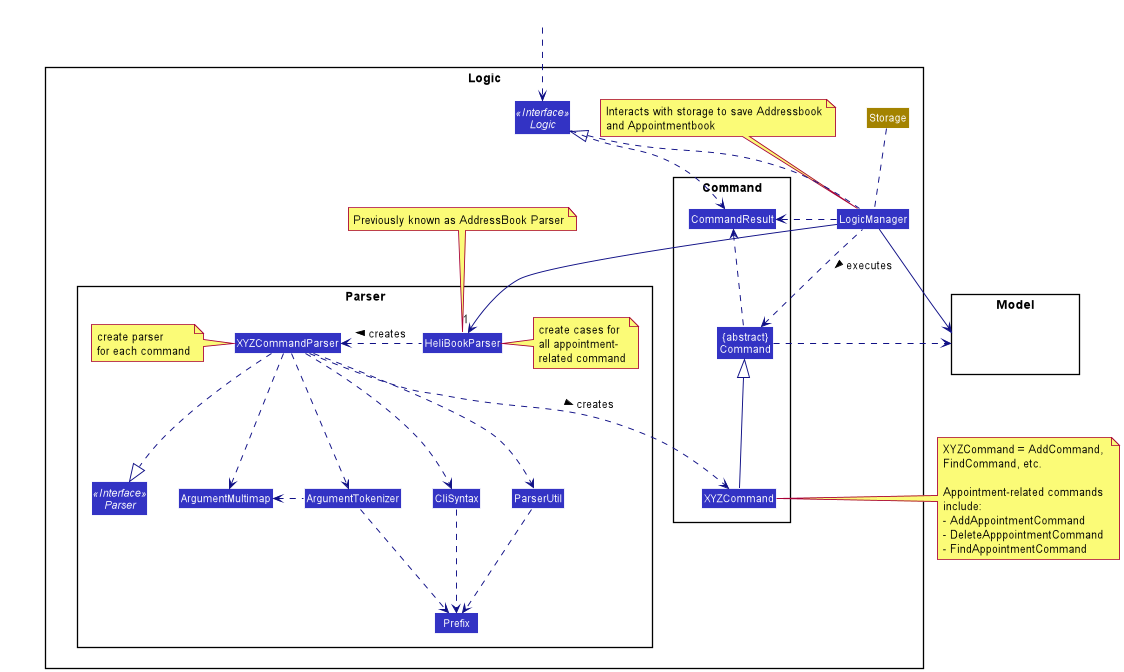
Earlier version of the PlantUML export docs/images/AppointmentWithLogicClassDiagram.png (nus-cs2103-AY2021S2/tp). The source it was exported from:
```plantuml
@startuml
!include style.puml
skinparam arrowThickness 1.1
skinparam arrowColor LOGIC_COLOR_T4
skinparam classBackgroundColor LOGIC_COLOR

package Logic {

package Parser {
Interface Parser <<Interface>>
Class HeliBookParser
Class XYZCommandParser
Class CliSyntax
Class ParserUtil
Class ArgumentMultimap
Class ArgumentTokenizer
Class Prefix
note right of HeliBookParser: create cases for\nall appointment-\nrelated command
note left of XYZCommandParser: create parser\nfor each command
}

Class Storage STORAGE_COLOR
Storage .. LogicManager
note top of LogicManager: Interacts with storage to save Addressbook\nand Appointmentbook
note top of HeliBookParser: Previously known as AddressBook Parser
package Command {
Class XYZCommand
Class CommandResult
Class "{abstract}\nCommand" as Command
}

Interface Logic <<Interface>>
Class LogicManager
}

package Model{
Class HiddenModel #FFFFFF
}

Class HiddenOutside #FFFFFF
HiddenOutside ..> Logic

LogicManager .up.|> Logic
LogicManager -->"1" HeliBookParser
HeliBookParser .left.> XYZCommandParser: creates >

XYZCommandParser ..> XYZCommand : creates >
XYZCommandParser ..|> Parser
XYZCommandParser ..> ArgumentMultimap
XYZCommandParser ..> ArgumentTokenizer
ArgumentTokenizer .left.> ArgumentMultimap
XYZCommandParser ..> CliSyntax
CliSyntax ..> Prefix
XYZCommandParser ..> ParserUtil
ParserUtil .down.> Prefix
ArgumentTokenizer .down.> Prefix
XYZCommand -up-|> Command
LogicManager .left.> Command : executes >

LogicManager --> Model
Command .right.> Model
note right of XYZCommand: XYZCommand = AddCommand, \nFindCommand, etc.\n\nAppointment-related commands\ninclude:\n- AddAppointmentCommand\n- DeleteApppointmentCommand\n- FindAppointmentCommand

Logic ..> CommandResult
LogicManager .down.> CommandResult
Command .up.> CommandResult
CommandResult -[hidden]-> Parser

@enduml
```
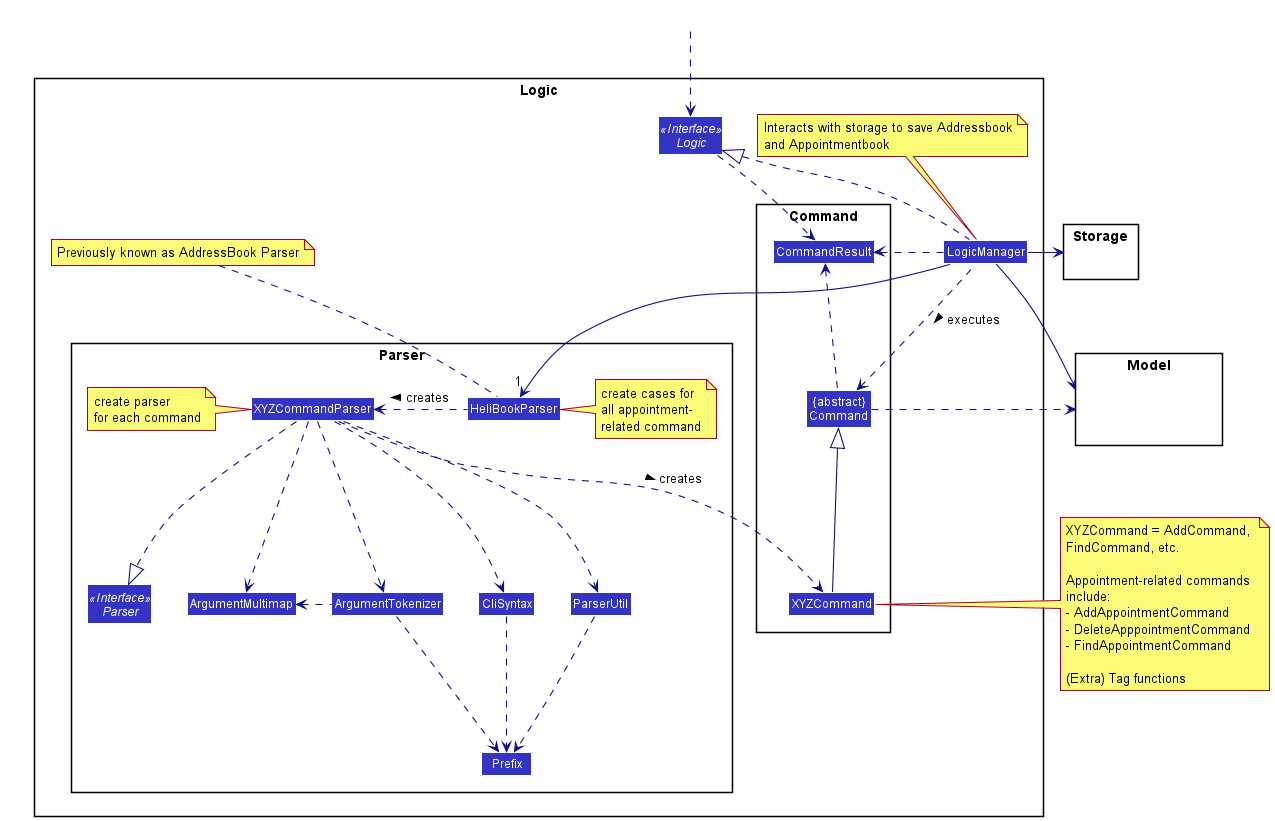
Above is the later version.

Commit message:
Add and edit Class diagrams for appointment

Diff of the diagram source:
```diff
@@ -19,8 +19,6 @@
 note left of XYZCommandParser: create parser\nfor each command
 }
 
-Class Storage STORAGE_COLOR
-Storage .. LogicManager
 note top of LogicManager: Interacts with storage to save Addressbook\nand Appointmentbook
 note top of HeliBookParser: Previously known as AddressBook Parser
 package Command {
@@ -34,6 +32,10 @@
 }
 
 package Model{
+Class HiddenModel #FFFFFF
+}
+
+package Storage{
 Class HiddenModel #FFFFFF
 }
 
@@ -59,11 +61,13 @@
 
 LogicManager --> Model
 Command .right.> Model
-note right of XYZCommand: XYZCommand = AddCommand, \nFindCommand, etc.\n\nAppointment-related commands\ninclude:\n- AddAppointmentCommand\n- DeleteApppointmentCommand\n- FindAppointmentCommand
+note right of XYZCommand: XYZCommand = AddCommand, \nFindCommand, etc.\n\nAppointment-related commands\ninclude:\n- AddAppointmentCommand\n- DeleteApppointmentCommand\n- FindAppointmentCommand\n\n(Extra) Tag functions
 
 Logic ..> CommandResult
 LogicManager .down.> CommandResult
 Command .up.> CommandResult
 CommandResult -[hidden]-> Parser
 
+LogicManager -> Storage
+
 @enduml
```
